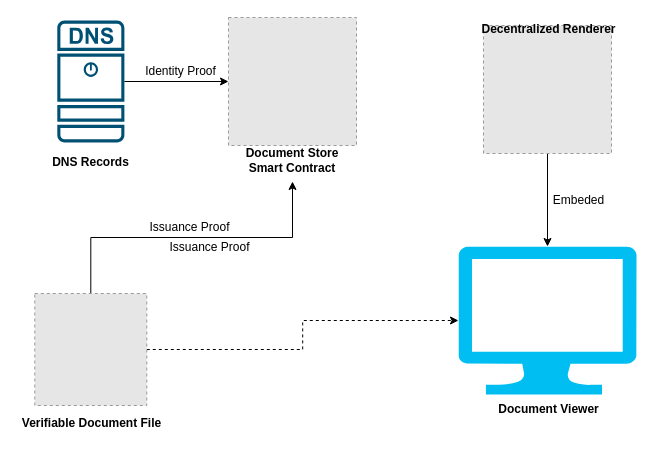
The draw.io diagram website/static/docs/verifiable-document/overview/overview.drawio in Open-Attestation/documentation-website, before the edit. Source tidied: cells renumbered, new cells numbered last; positions are measured from the earlier drawing's top-left corner, leaving out a move shared by most shapes. Both pictures are drawn from the tidied source at 100%, with x=0, y=0 at pixel (16, 17). Pictures stored in the file or linked from it are replaced by grey dashed boxes.
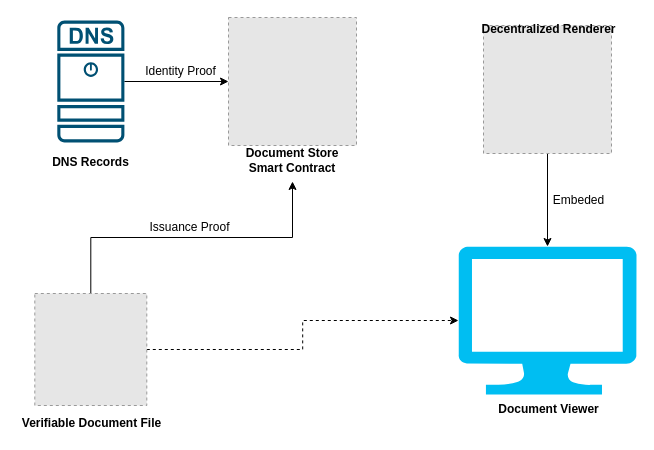
Above is the later version.

What changed in the source:
```diff
@@
 <mxGraphModel>
   <root>
     <mxCell id="0" />
     <mxCell id="1" parent="0" />
     <mxCell id="2" style="edgeStyle=orthogonalEdgeStyle;rounded=0;jettySize=auto;html=1;exitX=1;exitY=0.5;exitDx=0;exitDy=0;exitPerimeter=0;entryX=0;entryY=0.5;entryDx=0;entryDy=0;" parent="1" edge="1" source="3" target="7">
       <mxGeometry relative="1" as="geometry" />
     </mxCell>
     <mxCell id="3" style="points=[[0.015,0.015,0],[0.985,0.015,0],[0.985,0.985,0],[0.015,0.985,0],[0.25,0,0],[0.5,0,0],[0.75,0,0],[1,0.25,0],[1,0.5,0],[1,0.75,0],[0.75,1,0],[0.5,1,0],[0.25,1,0],[0,0.75,0],[0,0.5,0],[0,0.25,0]];verticalLabelPosition=bottom;html=1;verticalAlign=top;align=center;shape=mxgraph.cisco19.dns_server;fillColor=#005073;strokeColor=none;" parent="1" vertex="1">
       <mxGeometry x="40.8" y="3" width="67.1" height="122" as="geometry" />
     </mxCell>
     <mxCell id="4" style="edgeStyle=orthogonalEdgeStyle;rounded=0;jettySize=auto;html=1;exitX=0.5;exitY=0;exitDx=0;exitDy=0;entryX=0.5;entryY=1;entryDx=0;entryDy=0;" parent="1" edge="1" source="6" target="11">
       <mxGeometry relative="1" as="geometry" />
     </mxCell>
     <mxCell id="5" style="edgeStyle=orthogonalEdgeStyle;rounded=0;jettySize=auto;html=1;exitX=1;exitY=0.5;exitDx=0;exitDy=0;entryX=0;entryY=0.5;entryDx=0;entryDy=0;entryPerimeter=0;strokeColor=#000000;dashed=1;" parent="1" edge="1" source="6" target="14">
       <mxGeometry relative="1" as="geometry" />
     </mxCell>
     <mxCell id="6" style="fillColor=#E6E6E6;strokeColor=#999999;dashed=1;html=1;verticalAlign=top;verticalLabelPosition=bottom;labelBackgroundColor=#ffffff;" parent="1" vertex="1">
       <mxGeometry x="18.3" y="276" width="112" height="112" as="geometry" />
     </mxCell>
     <mxCell id="7" style="fillColor=#E6E6E6;strokeColor=#999999;dashed=1;html=1;verticalAlign=top;verticalLabelPosition=bottom;labelBackgroundColor=#ffffff;" parent="1" vertex="1">
       <mxGeometry x="212" width="128" height="128" as="geometry" />
     </mxCell>
     <mxCell id="8" style="edgeStyle=orthogonalEdgeStyle;rounded=0;jettySize=auto;html=1;exitX=0.5;exitY=1;exitDx=0;exitDy=0;entryX=0.5;entryY=0;entryDx=0;entryDy=0;entryPerimeter=0;" parent="1" edge="1" source="9" target="14">
       <mxGeometry relative="1" as="geometry" />
     </mxCell>
     <mxCell id="9" style="fillColor=#E6E6E6;strokeColor=#999999;dashed=1;html=1;verticalAlign=top;verticalLabelPosition=bottom;labelBackgroundColor=#ffffff;" parent="1" vertex="1">
       <mxGeometry x="467" y="8" width="128" height="128" as="geometry" />
     </mxCell>
     <mxCell id="10" value="DNS Records" style="text;html=1;strokeColor=none;fillColor=none;align=center;verticalAlign=middle;whiteSpace=wrap;rounded=0;fontStyle=1;" parent="1" vertex="1">
       <mxGeometry x="30.8" y="129" width="87" height="32" as="geometry" />
     </mxCell>
     <mxCell id="11" value="Document Store Smart Contract" style="text;html=1;strokeColor=none;fillColor=none;align=center;verticalAlign=middle;whiteSpace=wrap;rounded=0;fontStyle=1;" parent="1" vertex="1">
       <mxGeometry x="224" y="121" width="104" height="43" as="geometry" />
     </mxCell>
     <mxCell id="12" value="Verifiable Document File" style="text;html=1;align=center;verticalAlign=middle;fontStyle=1;" parent="1" vertex="1">
       <mxGeometry x="0.3" y="397" width="149" height="18" as="geometry" />
     </mxCell>
     <mxCell id="13" value="Decentralized Renderer" style="text;html=1;align=center;verticalAlign=middle;fontStyle=1;" parent="1" vertex="1">
       <mxGeometry x="459.5" y="3" width="144" height="18" as="geometry" />
     </mxCell>
     <mxCell id="14" style="verticalLabelPosition=bottom;html=1;verticalAlign=top;align=center;strokeColor=none;fillColor=#00BEF2;shape=mxgraph.azure.computer;" parent="1" vertex="1">
       <mxGeometry x="442" y="229" width="178" height="148" as="geometry" />
     </mxCell>
     <mxCell id="15" value="Document Viewer" style="text;html=1;align=center;verticalAlign=middle;fontStyle=1;" parent="1" vertex="1">
       <mxGeometry x="476.5" y="383" width="110" height="18" as="geometry" />
     </mxCell>
     <mxCell id="16" value="Issuance Proof" style="text;html=1;align=center;verticalAlign=middle;" parent="1" vertex="1">
       <mxGeometry x="128" y="201" width="90" height="18" as="geometry" />
     </mxCell>
     <mxCell id="17" value="Identity Proof" style="text;html=1;align=center;verticalAlign=middle;" parent="1" vertex="1">
       <mxGeometry x="123" y="45" width="81" height="18" as="geometry" />
     </mxCell>
     <mxCell id="18" value="Embeded" style="text;html=1;align=center;verticalAlign=middle;" parent="1" vertex="1">
       <mxGeometry x="531" y="174" width="61" height="18" as="geometry" />
     </mxCell>
-    <mxCell id="19" value="Issuance Proof" style="text;html=1;align=center;verticalAlign=middle;" parent="1" vertex="1">
-      <mxGeometry x="148" y="221" width="90" height="18" as="geometry" />
-    </mxCell>
   </root>
 </mxGraphModel>
```
